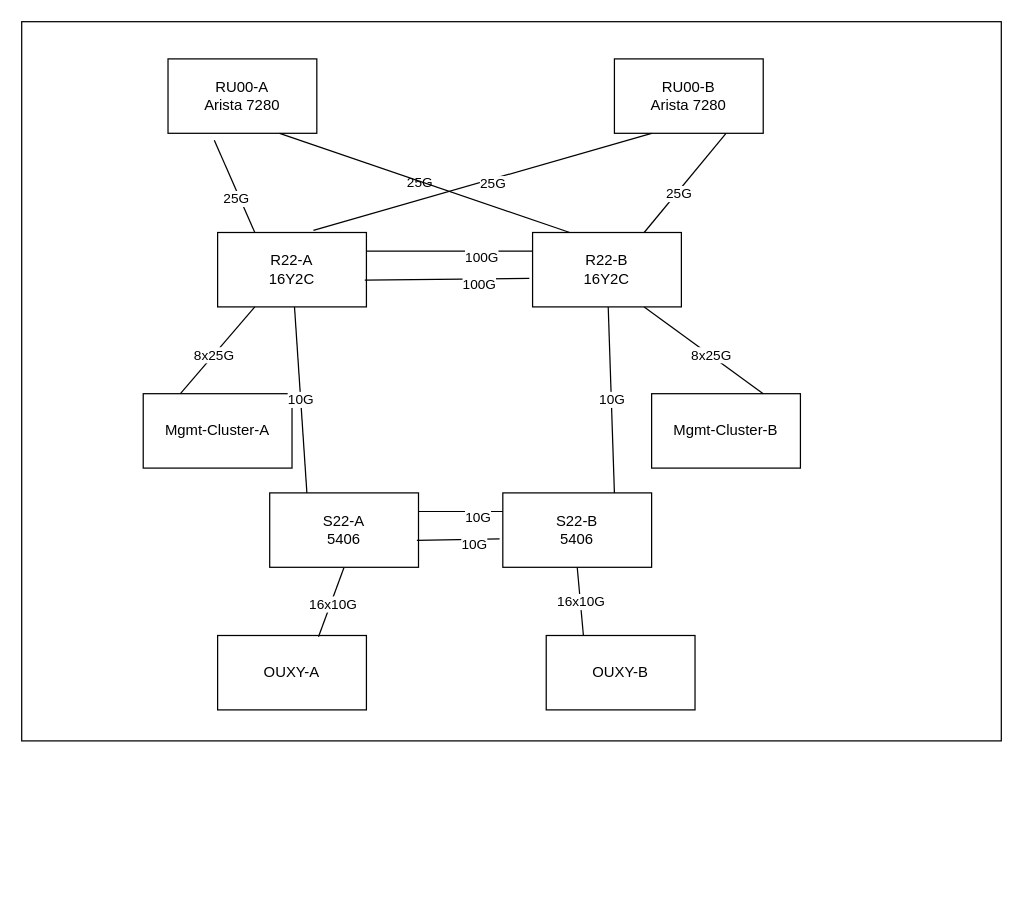
Before: page "Seite-3" (3 of 3) of Mgmt-Netz-Seite 2.drawio in diefrie/test, a draw.io diagram. Source tidied: cells renumbered, new cells numbered last; positions are measured from the earlier drawing's top-left corner, leaving out a move shared by most shapes. Both pictures are drawn from the tidied source at 124%, with x=0, y=0 at pixel (21, 21).
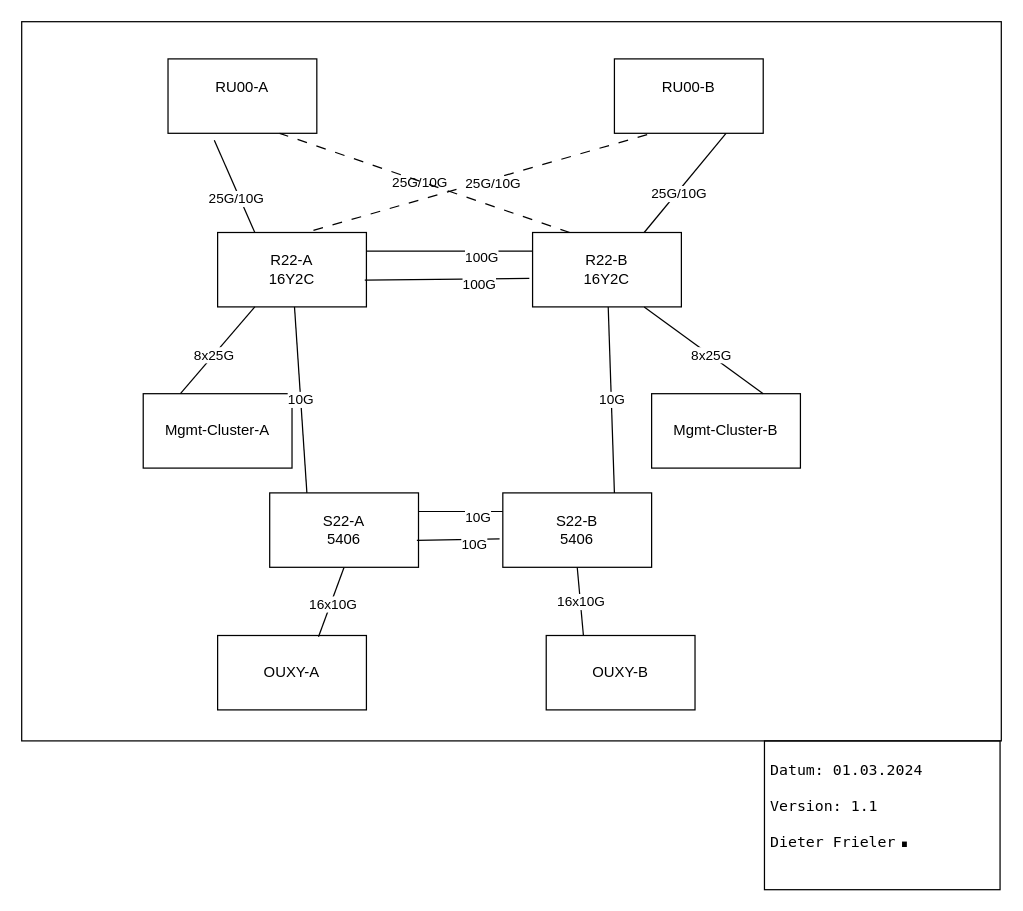
The same diagram, later.

The change refers to these unchanged cells:
```xml
<mxCell id="5" value="R22-A&lt;br&gt;16Y2C" style="rounded=0;whiteSpace=wrap;html=1;" parent="1" vertex="1">
  <mxGeometry x="158" y="170" width="120" height="60" as="geometry" />
</mxCell>
<mxCell id="6" value="R22-B&lt;br&gt;16Y2C" style="rounded=0;whiteSpace=wrap;html=1;" parent="1" vertex="1">
  <mxGeometry x="412" y="170" width="120" height="60" as="geometry" />
</mxCell>
<mxCell id="7" style="endArrow=none;html=1;rounded=0;entryX=0.311;entryY=1.094;entryDx=0;entryDy=0;entryPerimeter=0;exitX=0.25;exitY=0;exitDx=0;exitDy=0;" parent="1" edge="1" source="5" target="3">
  <mxGeometry relative="1" as="geometry" />
</mxCell>
<mxCell id="13" style="endArrow=none;html=1;rounded=0;entryX=0.75;entryY=1;entryDx=0;entryDy=0;exitX=0.75;exitY=0;exitDx=0;exitDy=0;" parent="1" edge="1" source="6" target="4">
  <mxGeometry relative="1" as="geometry" />
</mxCell>
```

Diff of the diagram source:
```diff
@@
-    <mxCell id="3" value="RU00-A&lt;br&gt;Arista 7280" style="rounded=0;whiteSpace=wrap;html=1;" parent="1" vertex="1">
+    <mxCell id="3" value="RU00-A&lt;div&gt;&lt;br/&gt;&lt;/div&gt;" style="rounded=0;whiteSpace=wrap;html=1;" parent="1" vertex="1">
       <mxGeometry x="118" y="30" width="120" height="60" as="geometry" />
     </mxCell>
-    <mxCell id="4" value="RU00-B&lt;br&gt;Arista 7280" style="rounded=0;whiteSpace=wrap;html=1;" parent="1" vertex="1">
+    <mxCell id="4" value="RU00-B&lt;div&gt;&lt;br/&gt;&lt;/div&gt;" style="rounded=0;whiteSpace=wrap;html=1;" parent="1" vertex="1">
       <mxGeometry x="478" y="30" width="120" height="60" as="geometry" />
     </mxCell>
@@
-    <mxCell id="8" value="25G" style="edgeLabel;html=1;align=center;verticalAlign=middle;" parent="7" vertex="1">
+    <mxCell id="8" value="25G/10G" style="edgeLabel;html=1;align=center;verticalAlign=middle;" parent="7" vertex="1">
       <mxGeometry x="-0.23" y="3" relative="1" as="geometry" />
     </mxCell>
-    <mxCell id="9" style="endArrow=none;html=1;rounded=0;entryX=0.25;entryY=1;entryDx=0;entryDy=0;exitX=0.644;exitY=-0.028;exitDx=0;exitDy=0;exitPerimeter=0;" parent="1" edge="1" source="5" target="4">
+    <mxCell id="9" style="endArrow=none;html=1;rounded=0;entryX=0.25;entryY=1;entryDx=0;entryDy=0;exitX=0.644;exitY=-0.028;exitDx=0;exitDy=0;exitPerimeter=0;dashed=1;dashPattern=8 8;" parent="1" edge="1" source="5" target="4">
       <mxGeometry relative="1" as="geometry" />
     </mxCell>
-    <mxCell id="10" value="25G" style="edgeLabel;html=1;align=center;verticalAlign=middle;" parent="9" vertex="1">
+    <mxCell id="10" value="25G/10G" style="edgeLabel;html=1;align=center;verticalAlign=middle;" parent="9" vertex="1">
       <mxGeometry x="-0.17" y="-2" relative="1" as="geometry">
         <mxPoint x="-29" y="-8" as="offset" />
       </mxGeometry>
     </mxCell>
-    <mxCell id="11" style="endArrow=none;html=1;rounded=0;entryX=0.75;entryY=1;entryDx=0;entryDy=0;exitX=0.25;exitY=0;exitDx=0;exitDy=0;" parent="1" edge="1" source="6" target="3">
+    <mxCell id="11" style="endArrow=none;html=1;rounded=0;entryX=0.75;entryY=1;entryDx=0;entryDy=0;exitX=0.25;exitY=0;exitDx=0;exitDy=0;dashed=1;dashPattern=8 8;" parent="1" edge="1" source="6" target="3">
       <mxGeometry relative="1" as="geometry" />
     </mxCell>
-    <mxCell id="12" value="25G" style="edgeLabel;html=1;align=center;verticalAlign=middle;" parent="11" vertex="1">
+    <mxCell id="12" value="25G/10G" style="edgeLabel;html=1;align=center;verticalAlign=middle;" parent="11" vertex="1">
       <mxGeometry x="-0.21" y="-2" relative="1" as="geometry">
         <mxPoint x="30" y="-6" as="offset" />
       </mxGeometry>
     </mxCell>
@@
-    <mxCell id="14" value="25G" style="edgeLabel;html=1;align=center;verticalAlign=middle;" parent="13" vertex="1">
+    <mxCell id="14" value="25G/10G" style="edgeLabel;html=1;align=center;verticalAlign=middle;" parent="13" vertex="1">
       <mxGeometry x="-0.19" y="-1" relative="1" as="geometry" />
     </mxCell>
@@
+    <mxCell id="39" value="&lt;h1&gt;&lt;font face=&quot;Lucida Console&quot;&gt;&lt;span style=&quot;background-color: initial;&quot;&gt;&lt;span style=&quot;font-size: 12px; font-weight: normal;&quot;&gt;Datum: 01.03.2024&lt;/span&gt;&lt;span style=&quot;font-size: 12px; font-weight: 400;&quot;&gt;&lt;br&gt;&lt;/span&gt;&lt;/span&gt;&lt;span style=&quot;font-size: 12px; font-weight: 400;&quot;&gt;Version: 1.1&lt;br&gt;Dieter Frieler&lt;/span&gt;.&lt;/font&gt;&lt;/h1&gt;" style="text;html=1;spacing=5;spacingTop=-20;whiteSpace=wrap;overflow=hidden;rounded=0;strokeColor=default;" parent="1" vertex="1">
+      <mxGeometry x="599" y="580" width="190" height="120" as="geometry" />
+    </mxCell>
```
